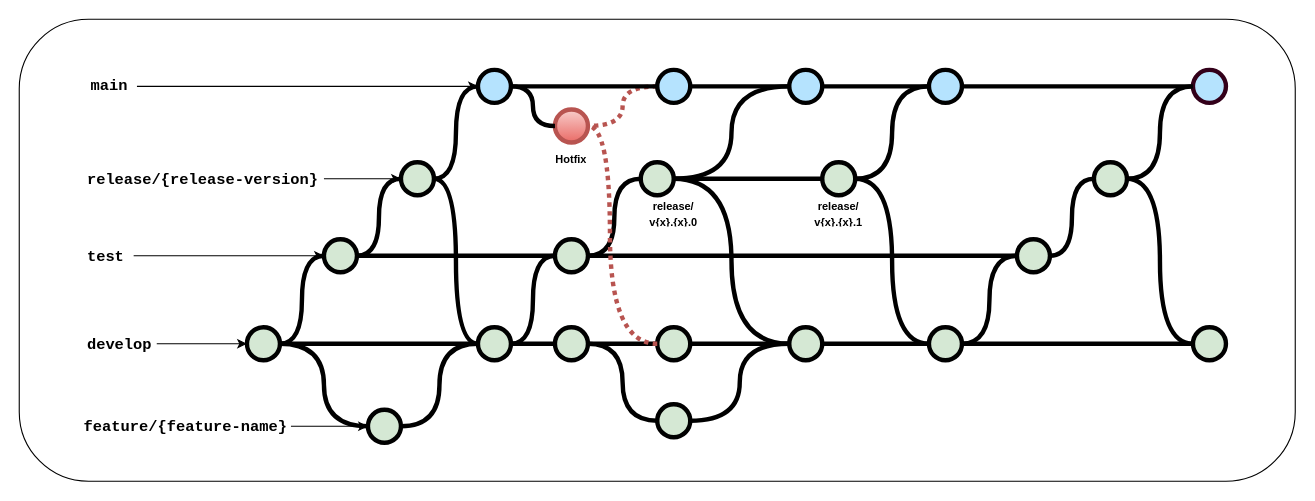
Before: readme-assets/branch-structure.drawio in geektechniquestudios/ChessWager, a draw.io diagram. Source tidied: cells renumbered, new cells numbered last; positions are measured from the earlier drawing's top-left corner, leaving out a move shared by most shapes. Both pictures are drawn from the tidied source at 110%, with x=0, y=0 at pixel (19, 19).
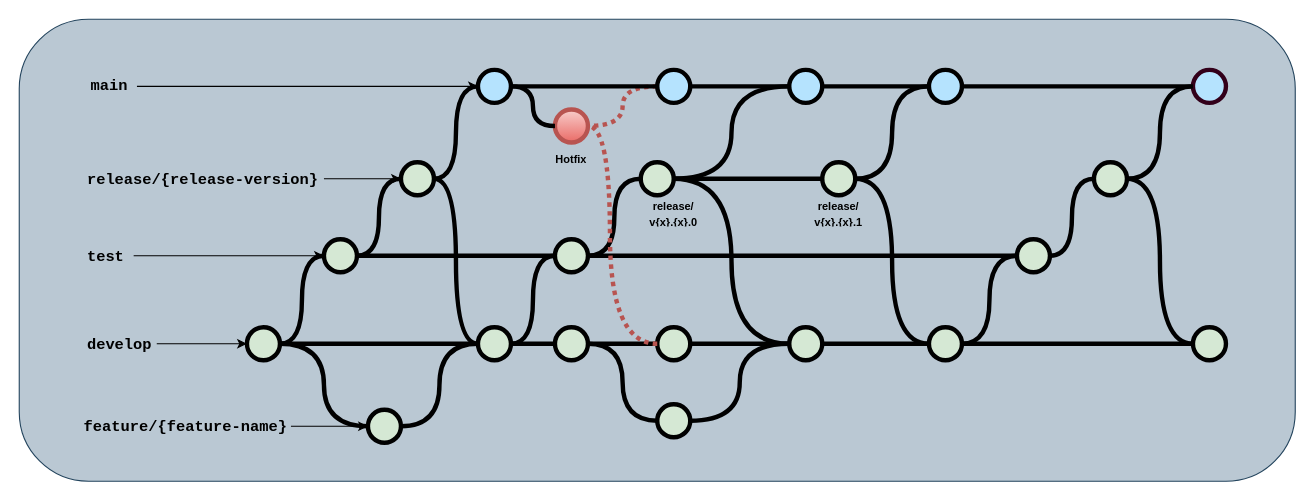
The same diagram, later.

Change to the diagram source:
```diff
@@
-    <mxCell id="2" style="rounded=1;whiteSpace=wrap;html=1;fontSize=10;glass=0;" parent="1" vertex="1">
+    <mxCell id="2" style="rounded=1;whiteSpace=wrap;html=1;fontSize=10;glass=0;fillColor=#bac8d3;strokeColor=#23445d;" parent="1" vertex="1">
       <mxGeometry width="1160" height="420" as="geometry" />
     </mxCell>
```
